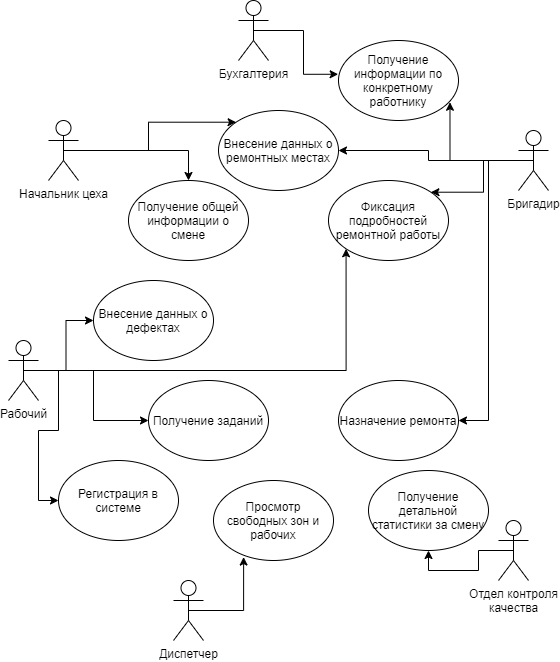
Above: UseCase.png in vladmosin/CLI (draw.io), before the change. Source tidied: cells renumbered, new cells last; positions are measured from the earlier drawing's top-left corner, leaving out a move shared by most shapes. The source it was exported from:
```xml
<mxGraphModel>
  <root>
    <mxCell id="0" />
    <mxCell id="1" parent="0" />
    <mxCell id="2" style="edgeStyle=orthogonalEdgeStyle;rounded=0;jettySize=auto;html=1;exitX=0.5;exitY=0.5;exitDx=0;exitDy=0;exitPerimeter=0;entryX=0.251;entryY=0.957;entryDx=0;entryDy=0;entryPerimeter=0;" parent="1" edge="1" source="3" target="27">
      <mxGeometry relative="1" as="geometry" />
    </mxCell>
    <mxCell id="3" value="Диспетчер" style="shape=umlActor;verticalLabelPosition=bottom;labelBackgroundColor=#ffffff;verticalAlign=top;html=1;outlineConnect=0;" parent="1" vertex="1">
      <mxGeometry x="165" y="580" width="30" height="60" as="geometry" />
    </mxCell>
    <mxCell id="4" style="edgeStyle=orthogonalEdgeStyle;rounded=0;jettySize=auto;html=1;exitX=0.5;exitY=0.5;exitDx=0;exitDy=0;exitPerimeter=0;entryX=1;entryY=0;entryDx=0;entryDy=0;" parent="1" edge="1" source="8" target="23">
      <mxGeometry relative="1" as="geometry" />
    </mxCell>
    <mxCell id="5" style="edgeStyle=orthogonalEdgeStyle;rounded=0;jettySize=auto;html=1;exitX=0.5;exitY=0.5;exitDx=0;exitDy=0;exitPerimeter=0;entryX=1;entryY=0.5;entryDx=0;entryDy=0;" parent="1" edge="1" source="8" target="21">
      <mxGeometry relative="1" as="geometry" />
    </mxCell>
    <mxCell id="6" style="edgeStyle=orthogonalEdgeStyle;rounded=0;jettySize=auto;html=1;exitX=0.5;exitY=0.5;exitDx=0;exitDy=0;exitPerimeter=0;" parent="1" edge="1" source="8" target="24">
      <mxGeometry relative="1" as="geometry">
        <Array as="points">
          <mxPoint x="480" y="160" />
          <mxPoint x="480" y="420" />
        </Array>
      </mxGeometry>
    </mxCell>
    <mxCell id="7" style="edgeStyle=orthogonalEdgeStyle;rounded=0;jettySize=auto;html=1;exitX=0.5;exitY=0.5;exitDx=0;exitDy=0;exitPerimeter=0;entryX=0.929;entryY=0.772;entryDx=0;entryDy=0;entryPerimeter=0;" parent="1" edge="1" source="8" target="30">
      <mxGeometry relative="1" as="geometry" />
    </mxCell>
    <mxCell id="8" value="Бригадир" style="shape=umlActor;verticalLabelPosition=bottom;labelBackgroundColor=#ffffff;verticalAlign=top;html=1;outlineConnect=0;" parent="1" vertex="1">
      <mxGeometry x="510" y="130" width="30" height="60" as="geometry" />
    </mxCell>
    <mxCell id="9" style="edgeStyle=orthogonalEdgeStyle;rounded=0;jettySize=auto;html=1;exitX=0.5;exitY=0.5;exitDx=0;exitDy=0;exitPerimeter=0;entryX=0;entryY=0.5;entryDx=0;entryDy=0;" parent="1" edge="1" source="13" target="25">
      <mxGeometry relative="1" as="geometry" />
    </mxCell>
    <mxCell id="10" style="edgeStyle=orthogonalEdgeStyle;rounded=0;jettySize=auto;html=1;exitX=0.5;exitY=0.5;exitDx=0;exitDy=0;exitPerimeter=0;entryX=0;entryY=0.5;entryDx=0;entryDy=0;" parent="1" edge="1" source="13" target="22">
      <mxGeometry relative="1" as="geometry" />
    </mxCell>
    <mxCell id="11" style="edgeStyle=orthogonalEdgeStyle;rounded=0;jettySize=auto;html=1;exitX=0.5;exitY=0.5;exitDx=0;exitDy=0;exitPerimeter=0;entryX=0;entryY=0.5;entryDx=0;entryDy=0;" parent="1" edge="1" source="13" target="26">
      <mxGeometry relative="1" as="geometry" />
    </mxCell>
    <mxCell id="12" style="edgeStyle=orthogonalEdgeStyle;rounded=0;jettySize=auto;html=1;exitX=0.5;exitY=0.5;exitDx=0;exitDy=0;exitPerimeter=0;entryX=0;entryY=1;entryDx=0;entryDy=0;" parent="1" edge="1" source="13" target="23">
      <mxGeometry relative="1" as="geometry" />
    </mxCell>
    <mxCell id="13" value="Рабочий" style="shape=umlActor;verticalLabelPosition=bottom;labelBackgroundColor=#ffffff;verticalAlign=top;html=1;" parent="1" vertex="1">
      <mxGeometry y="340" width="30" height="60" as="geometry" />
    </mxCell>
    <mxCell id="14" style="edgeStyle=orthogonalEdgeStyle;rounded=0;jettySize=auto;html=1;exitX=0.5;exitY=0.5;exitDx=0;exitDy=0;exitPerimeter=0;entryX=0.5;entryY=1;entryDx=0;entryDy=0;" parent="1" edge="1" source="15" target="28">
      <mxGeometry relative="1" as="geometry" />
    </mxCell>
    <mxCell id="15" value="Отдел контроля&lt;br&gt;качества" style="shape=umlActor;verticalLabelPosition=bottom;labelBackgroundColor=#ffffff;verticalAlign=top;html=1;" parent="1" vertex="1">
      <mxGeometry x="490" y="520" width="30" height="60" as="geometry" />
    </mxCell>
    <mxCell id="16" style="edgeStyle=orthogonalEdgeStyle;rounded=0;jettySize=auto;html=1;exitX=0.5;exitY=0.5;exitDx=0;exitDy=0;exitPerimeter=0;entryX=0;entryY=0;entryDx=0;entryDy=0;" parent="1" edge="1" source="18" target="21">
      <mxGeometry relative="1" as="geometry" />
    </mxCell>
    <mxCell id="17" style="edgeStyle=orthogonalEdgeStyle;rounded=0;jettySize=auto;html=1;exitX=0.5;exitY=0.5;exitDx=0;exitDy=0;exitPerimeter=0;entryX=0.5;entryY=0;entryDx=0;entryDy=0;" parent="1" edge="1" source="18" target="29">
      <mxGeometry relative="1" as="geometry" />
    </mxCell>
    <mxCell id="18" value="Начальник цеха" style="shape=umlActor;verticalLabelPosition=bottom;labelBackgroundColor=#ffffff;verticalAlign=top;html=1;" parent="1" vertex="1">
      <mxGeometry x="40" y="120" width="30" height="60" as="geometry" />
    </mxCell>
    <mxCell id="19" style="edgeStyle=orthogonalEdgeStyle;rounded=0;jettySize=auto;html=1;exitX=0.5;exitY=0.5;exitDx=0;exitDy=0;exitPerimeter=0;entryX=-0.003;entryY=0.422;entryDx=0;entryDy=0;entryPerimeter=0;" parent="1" edge="1" source="20" target="30">
      <mxGeometry relative="1" as="geometry" />
    </mxCell>
    <mxCell id="20" value="Бухгалтерия" style="shape=umlActor;verticalLabelPosition=bottom;labelBackgroundColor=#ffffff;verticalAlign=top;html=1;" parent="1" vertex="1">
      <mxGeometry x="230" width="30" height="60" as="geometry" />
    </mxCell>
    <mxCell id="21" value="Внесение данных о ремонтных местах" style="ellipse;whiteSpace=wrap;html=1;" parent="1" vertex="1">
      <mxGeometry x="210" y="110" width="120" height="80" as="geometry" />
    </mxCell>
    <mxCell id="22" value="Внесение данных о дефектах" style="ellipse;whiteSpace=wrap;html=1;" parent="1" vertex="1">
      <mxGeometry x="85" y="280" width="120" height="80" as="geometry" />
    </mxCell>
    <mxCell id="23" value="Фиксация подробностей ремонтной работы" style="ellipse;whiteSpace=wrap;html=1;" parent="1" vertex="1">
      <mxGeometry x="320" y="180" width="120" height="80" as="geometry" />
    </mxCell>
    <mxCell id="24" value="Назначение ремонта" style="ellipse;whiteSpace=wrap;html=1;" parent="1" vertex="1">
      <mxGeometry x="330" y="380" width="120" height="80" as="geometry" />
    </mxCell>
    <mxCell id="25" value="Регистрация в системе" style="ellipse;whiteSpace=wrap;html=1;" parent="1" vertex="1">
      <mxGeometry x="50" y="460" width="120" height="80" as="geometry" />
    </mxCell>
    <mxCell id="26" value="Получение заданий" style="ellipse;whiteSpace=wrap;html=1;" parent="1" vertex="1">
      <mxGeometry x="140" y="380" width="120" height="80" as="geometry" />
    </mxCell>
    <mxCell id="27" value="Просмотр свободных зон и рабочих" style="ellipse;whiteSpace=wrap;html=1;" parent="1" vertex="1">
      <mxGeometry x="205" y="480" width="120" height="80" as="geometry" />
    </mxCell>
    <mxCell id="28" value="Получение детальной статистики за смену" style="ellipse;whiteSpace=wrap;html=1;" parent="1" vertex="1">
      <mxGeometry x="360" y="470" width="120" height="80" as="geometry" />
    </mxCell>
    <mxCell id="29" value="Получение общей информации о смене" style="ellipse;whiteSpace=wrap;html=1;" parent="1" vertex="1">
      <mxGeometry x="120" y="180" width="120" height="80" as="geometry" />
    </mxCell>
    <mxCell id="30" value="Получение информации по конкретному работнику" style="ellipse;whiteSpace=wrap;html=1;" parent="1" vertex="1">
      <mxGeometry x="330" y="40" width="120" height="80" as="geometry" />
    </mxCell>
  </root>
</mxGraphModel>
```
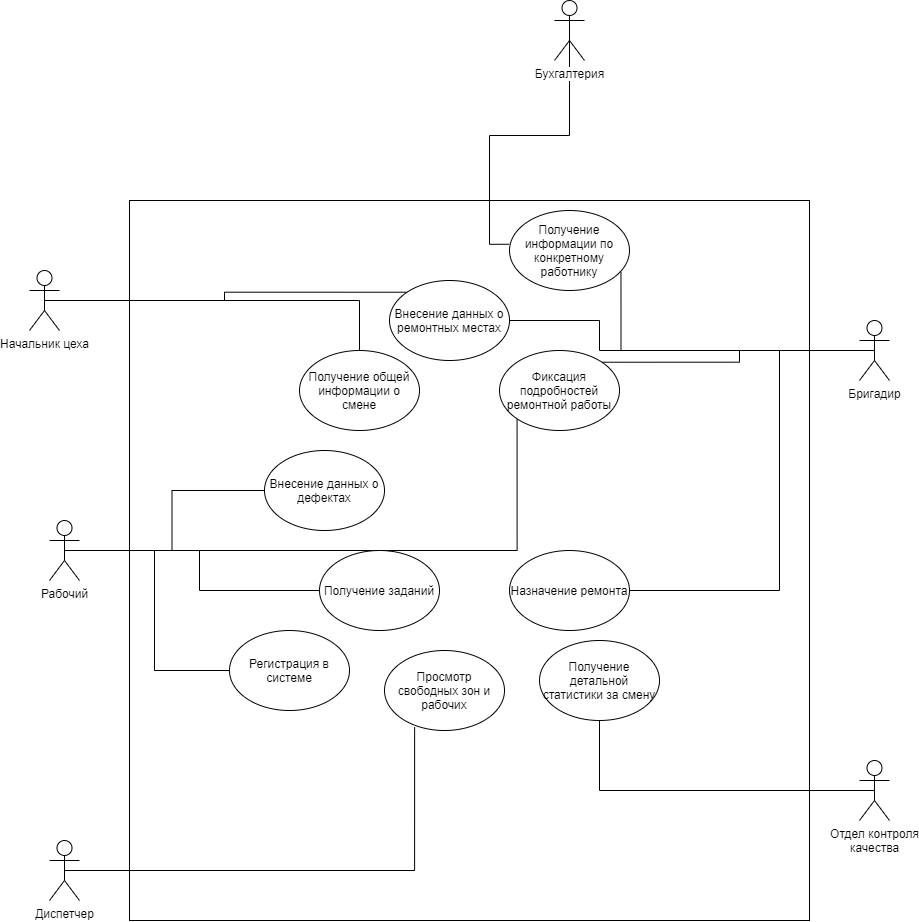
The same diagram one commit later.

Change to the diagram source:
```diff
@@ -2,67 +2,79 @@
   <root>
     <mxCell id="0" />
     <mxCell id="1" parent="0" />
+    <mxCell id="31" style="rounded=0;whiteSpace=wrap;html=1;" parent="1" vertex="1">
+      <mxGeometry x="-50" y="30" width="680" height="720" as="geometry" />
+    </mxCell>
-    <mxCell id="2" style="edgeStyle=orthogonalEdgeStyle;rounded=0;jettySize=auto;html=1;exitX=0.5;exitY=0.5;exitDx=0;exitDy=0;exitPerimeter=0;entryX=0.251;entryY=0.957;entryDx=0;entryDy=0;entryPerimeter=0;" parent="1" edge="1" source="3" target="27">
+    <mxCell id="2" style="edgeStyle=orthogonalEdgeStyle;rounded=0;jettySize=auto;html=1;exitX=0.5;exitY=0.5;exitDx=0;exitDy=0;exitPerimeter=0;entryX=0.251;entryY=0.957;entryDx=0;entryDy=0;entryPerimeter=0;endArrow=none;endFill=0;" parent="1" edge="1" source="3" target="27">
       <mxGeometry relative="1" as="geometry" />
     </mxCell>
     <mxCell id="3" value="Диспетчер" style="shape=umlActor;verticalLabelPosition=bottom;labelBackgroundColor=#ffffff;verticalAlign=top;html=1;outlineConnect=0;" parent="1" vertex="1">
-      <mxGeometry x="165" y="580" width="30" height="60" as="geometry" />
+      <mxGeometry x="-130" y="670" width="30" height="60" as="geometry" />
     </mxCell>
-    <mxCell id="4" style="edgeStyle=orthogonalEdgeStyle;rounded=0;jettySize=auto;html=1;exitX=0.5;exitY=0.5;exitDx=0;exitDy=0;exitPerimeter=0;entryX=1;entryY=0;entryDx=0;entryDy=0;" parent="1" edge="1" source="8" target="23">
+    <mxCell id="4" style="edgeStyle=orthogonalEdgeStyle;rounded=0;jettySize=auto;html=1;exitX=0.5;exitY=0.5;exitDx=0;exitDy=0;exitPerimeter=0;entryX=1;entryY=0;entryDx=0;entryDy=0;endArrow=none;endFill=0;" parent="1" edge="1" source="8" target="23">
       <mxGeometry relative="1" as="geometry" />
     </mxCell>
-    <mxCell id="5" style="edgeStyle=orthogonalEdgeStyle;rounded=0;jettySize=auto;html=1;exitX=0.5;exitY=0.5;exitDx=0;exitDy=0;exitPerimeter=0;entryX=1;entryY=0.5;entryDx=0;entryDy=0;" parent="1" edge="1" source="8" target="21">
-      <mxGeometry relative="1" as="geometry" />
+    <mxCell id="5" style="edgeStyle=orthogonalEdgeStyle;rounded=0;jettySize=auto;html=1;exitX=0.5;exitY=0.5;exitDx=0;exitDy=0;exitPerimeter=0;entryX=1;entryY=0.5;entryDx=0;entryDy=0;endArrow=none;endFill=0;" parent="1" edge="1" source="8" target="21">
+      <mxGeometry relative="1" as="geometry">
+        <Array as="points">
+          <mxPoint x="420" y="180" />
+          <mxPoint x="420" y="150" />
+        </Array>
+      </mxGeometry>
     </mxCell>
-    <mxCell id="6" style="edgeStyle=orthogonalEdgeStyle;rounded=0;jettySize=auto;html=1;exitX=0.5;exitY=0.5;exitDx=0;exitDy=0;exitPerimeter=0;" parent="1" edge="1" source="8" target="24">
+    <mxCell id="6" style="edgeStyle=orthogonalEdgeStyle;rounded=0;jettySize=auto;html=1;exitX=0.5;exitY=0.5;exitDx=0;exitDy=0;exitPerimeter=0;endArrow=none;endFill=0;" parent="1" edge="1" source="8" target="24">
       <mxGeometry relative="1" as="geometry">
         <Array as="points">
-          <mxPoint x="480" y="160" />
-          <mxPoint x="480" y="420" />
+          <mxPoint x="600" y="180" />
+          <mxPoint x="600" y="420" />
         </Array>
       </mxGeometry>
     </mxCell>
-    <mxCell id="7" style="edgeStyle=orthogonalEdgeStyle;rounded=0;jettySize=auto;html=1;exitX=0.5;exitY=0.5;exitDx=0;exitDy=0;exitPerimeter=0;entryX=0.929;entryY=0.772;entryDx=0;entryDy=0;entryPerimeter=0;" parent="1" edge="1" source="8" target="30">
-      <mxGeometry relative="1" as="geometry" />
+    <mxCell id="7" style="edgeStyle=orthogonalEdgeStyle;rounded=0;jettySize=auto;html=1;exitX=0.5;exitY=0.5;exitDx=0;exitDy=0;exitPerimeter=0;entryX=0.929;entryY=0.772;entryDx=0;entryDy=0;entryPerimeter=0;endArrow=none;endFill=0;" parent="1" edge="1" source="8" target="30">
+      <mxGeometry relative="1" as="geometry">
+        <Array as="points">
+          <mxPoint x="442" y="180" />
+        </Array>
+      </mxGeometry>
     </mxCell>
     <mxCell id="8" value="Бригадир" style="shape=umlActor;verticalLabelPosition=bottom;labelBackgroundColor=#ffffff;verticalAlign=top;html=1;outlineConnect=0;" parent="1" vertex="1">
-      <mxGeometry x="510" y="130" width="30" height="60" as="geometry" />
+      <mxGeometry x="680" y="150" width="30" height="60" as="geometry" />
     </mxCell>
-    <mxCell id="9" style="edgeStyle=orthogonalEdgeStyle;rounded=0;jettySize=auto;html=1;exitX=0.5;exitY=0.5;exitDx=0;exitDy=0;exitPerimeter=0;entryX=0;entryY=0.5;entryDx=0;entryDy=0;" parent="1" edge="1" source="13" target="25">
+    <mxCell id="9" style="edgeStyle=orthogonalEdgeStyle;rounded=0;jettySize=auto;html=1;exitX=0.5;exitY=0.5;exitDx=0;exitDy=0;exitPerimeter=0;entryX=0;entryY=0.5;entryDx=0;entryDy=0;endArrow=none;endFill=0;" parent="1" edge="1" source="13" target="25">
       <mxGeometry relative="1" as="geometry" />
     </mxCell>
-    <mxCell id="10" style="edgeStyle=orthogonalEdgeStyle;rounded=0;jettySize=auto;html=1;exitX=0.5;exitY=0.5;exitDx=0;exitDy=0;exitPerimeter=0;entryX=0;entryY=0.5;entryDx=0;entryDy=0;" parent="1" edge="1" source="13" target="22">
+    <mxCell id="10" style="edgeStyle=orthogonalEdgeStyle;rounded=0;jettySize=auto;html=1;exitX=0.5;exitY=0.5;exitDx=0;exitDy=0;exitPerimeter=0;entryX=0;entryY=0.5;entryDx=0;entryDy=0;endArrow=none;endFill=0;" parent="1" edge="1" source="13" target="22">
       <mxGeometry relative="1" as="geometry" />
     </mxCell>
-    <mxCell id="11" style="edgeStyle=orthogonalEdgeStyle;rounded=0;jettySize=auto;html=1;exitX=0.5;exitY=0.5;exitDx=0;exitDy=0;exitPerimeter=0;entryX=0;entryY=0.5;entryDx=0;entryDy=0;" parent="1" edge="1" source="13" target="26">
+    <mxCell id="11" style="edgeStyle=orthogonalEdgeStyle;rounded=0;jettySize=auto;html=1;exitX=0.5;exitY=0.5;exitDx=0;exitDy=0;exitPerimeter=0;entryX=0;entryY=0.5;entryDx=0;entryDy=0;endArrow=none;endFill=0;" parent="1" edge="1" source="13" target="26">
       <mxGeometry relative="1" as="geometry" />
     </mxCell>
-    <mxCell id="12" style="edgeStyle=orthogonalEdgeStyle;rounded=0;jettySize=auto;html=1;exitX=0.5;exitY=0.5;exitDx=0;exitDy=0;exitPerimeter=0;entryX=0;entryY=1;entryDx=0;entryDy=0;" parent="1" edge="1" source="13" target="23">
+    <mxCell id="12" style="edgeStyle=orthogonalEdgeStyle;rounded=0;jettySize=auto;html=1;exitX=0.5;exitY=0.5;exitDx=0;exitDy=0;exitPerimeter=0;entryX=0;entryY=1;entryDx=0;entryDy=0;endArrow=none;endFill=0;" parent="1" edge="1" source="13" target="23">
       <mxGeometry relative="1" as="geometry" />
     </mxCell>
     <mxCell id="13" value="Рабочий" style="shape=umlActor;verticalLabelPosition=bottom;labelBackgroundColor=#ffffff;verticalAlign=top;html=1;" parent="1" vertex="1">
-      <mxGeometry y="340" width="30" height="60" as="geometry" />
+      <mxGeometry x="-130" y="350" width="30" height="60" as="geometry" />
     </mxCell>
-    <mxCell id="14" style="edgeStyle=orthogonalEdgeStyle;rounded=0;jettySize=auto;html=1;exitX=0.5;exitY=0.5;exitDx=0;exitDy=0;exitPerimeter=0;entryX=0.5;entryY=1;entryDx=0;entryDy=0;" parent="1" edge="1" source="15" target="28">
+    <mxCell id="14" style="edgeStyle=orthogonalEdgeStyle;rounded=0;jettySize=auto;html=1;exitX=0.5;exitY=0.5;exitDx=0;exitDy=0;exitPerimeter=0;entryX=0.5;entryY=1;entryDx=0;entryDy=0;endArrow=none;endFill=0;" parent="1" edge="1" source="15" target="28">
       <mxGeometry relative="1" as="geometry" />
     </mxCell>
     <mxCell id="15" value="Отдел контроля&lt;br&gt;качества" style="shape=umlActor;verticalLabelPosition=bottom;labelBackgroundColor=#ffffff;verticalAlign=top;html=1;" parent="1" vertex="1">
-      <mxGeometry x="490" y="520" width="30" height="60" as="geometry" />
+      <mxGeometry x="680" y="590" width="30" height="60" as="geometry" />
     </mxCell>
-    <mxCell id="16" style="edgeStyle=orthogonalEdgeStyle;rounded=0;jettySize=auto;html=1;exitX=0.5;exitY=0.5;exitDx=0;exitDy=0;exitPerimeter=0;entryX=0;entryY=0;entryDx=0;entryDy=0;" parent="1" edge="1" source="18" target="21">
+    <mxCell id="16" style="edgeStyle=orthogonalEdgeStyle;rounded=0;jettySize=auto;html=1;exitX=0.5;exitY=0.5;exitDx=0;exitDy=0;exitPerimeter=0;entryX=0;entryY=0;entryDx=0;entryDy=0;endArrow=none;endFill=0;" parent="1" edge="1" source="18" target="21">
       <mxGeometry relative="1" as="geometry" />
     </mxCell>
-    <mxCell id="17" style="edgeStyle=orthogonalEdgeStyle;rounded=0;jettySize=auto;html=1;exitX=0.5;exitY=0.5;exitDx=0;exitDy=0;exitPerimeter=0;entryX=0.5;entryY=0;entryDx=0;entryDy=0;" parent="1" edge="1" source="18" target="29">
+    <mxCell id="17" style="edgeStyle=orthogonalEdgeStyle;rounded=0;jettySize=auto;html=1;exitX=0.5;exitY=0.5;exitDx=0;exitDy=0;exitPerimeter=0;entryX=0.5;entryY=0;entryDx=0;entryDy=0;endArrow=none;endFill=0;" parent="1" edge="1" source="18" target="29">
       <mxGeometry relative="1" as="geometry" />
     </mxCell>
     <mxCell id="18" value="Начальник цеха" style="shape=umlActor;verticalLabelPosition=bottom;labelBackgroundColor=#ffffff;verticalAlign=top;html=1;" parent="1" vertex="1">
-      <mxGeometry x="40" y="120" width="30" height="60" as="geometry" />
+      <mxGeometry x="-150" y="100" width="30" height="60" as="geometry" />
     </mxCell>
-    <mxCell id="19" style="edgeStyle=orthogonalEdgeStyle;rounded=0;jettySize=auto;html=1;exitX=0.5;exitY=0.5;exitDx=0;exitDy=0;exitPerimeter=0;entryX=-0.003;entryY=0.422;entryDx=0;entryDy=0;entryPerimeter=0;" parent="1" edge="1" source="20" target="30">
+    <mxCell id="19" style="edgeStyle=orthogonalEdgeStyle;rounded=0;jettySize=auto;html=1;exitX=0.5;exitY=0.5;exitDx=0;exitDy=0;exitPerimeter=0;entryX=-0.003;entryY=0.422;entryDx=0;entryDy=0;entryPerimeter=0;endArrow=none;endFill=0;" parent="1" edge="1" source="20" target="30">
       <mxGeometry relative="1" as="geometry" />
     </mxCell>
     <mxCell id="20" value="Бухгалтерия" style="shape=umlActor;verticalLabelPosition=bottom;labelBackgroundColor=#ffffff;verticalAlign=top;html=1;" parent="1" vertex="1">
-      <mxGeometry x="230" width="30" height="60" as="geometry" />
+      <mxGeometry x="375" y="-170" width="30" height="60" as="geometry" />
     </mxCell>
     <mxCell id="21" value="Внесение данных о ремонтных местах" style="ellipse;whiteSpace=wrap;html=1;" parent="1" vertex="1">
       <mxGeometry x="210" y="110" width="120" height="80" as="geometry" />
```
